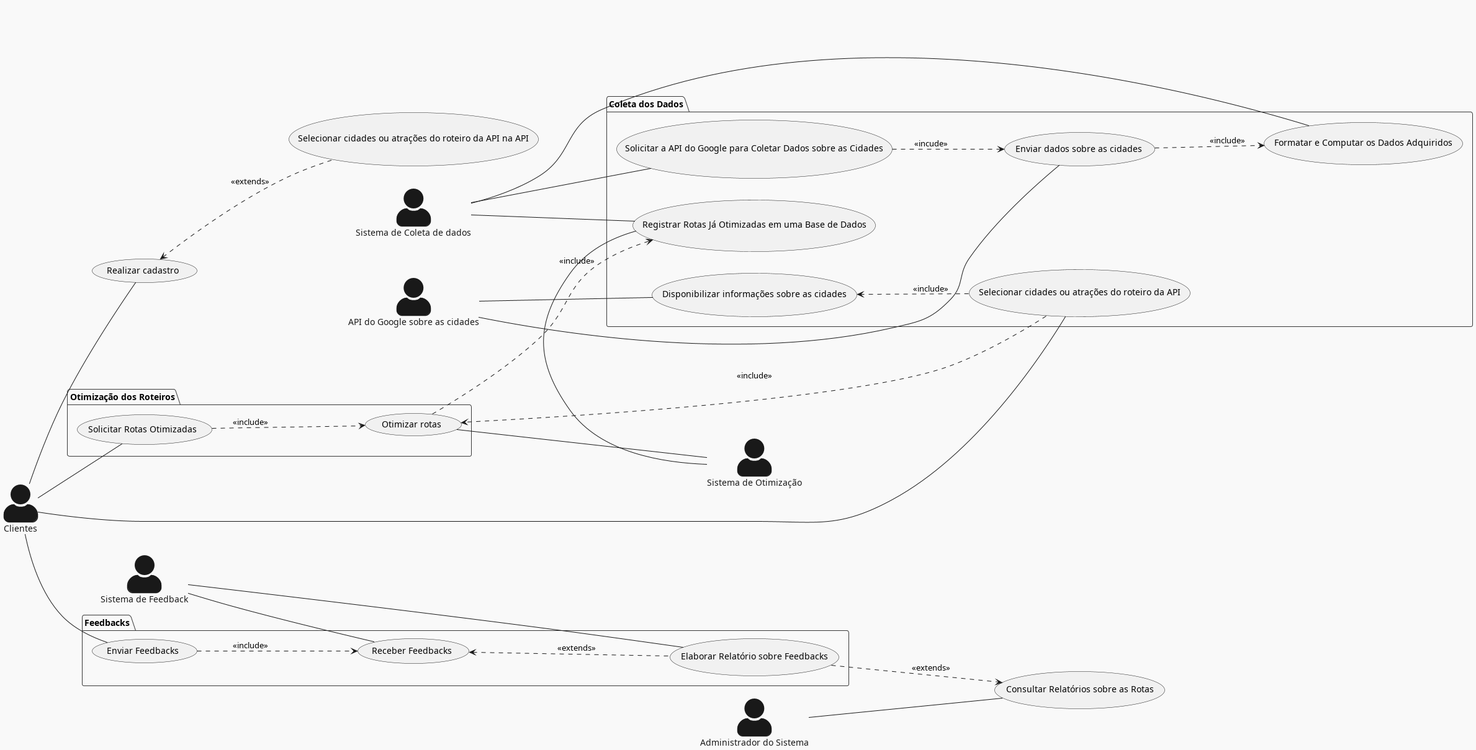
pedrodilallo/site_turismo_SIG keeps this PlantUML diagram as Relatório/Semana-1/Diagramas/DCU.png. Above is the earlier version.
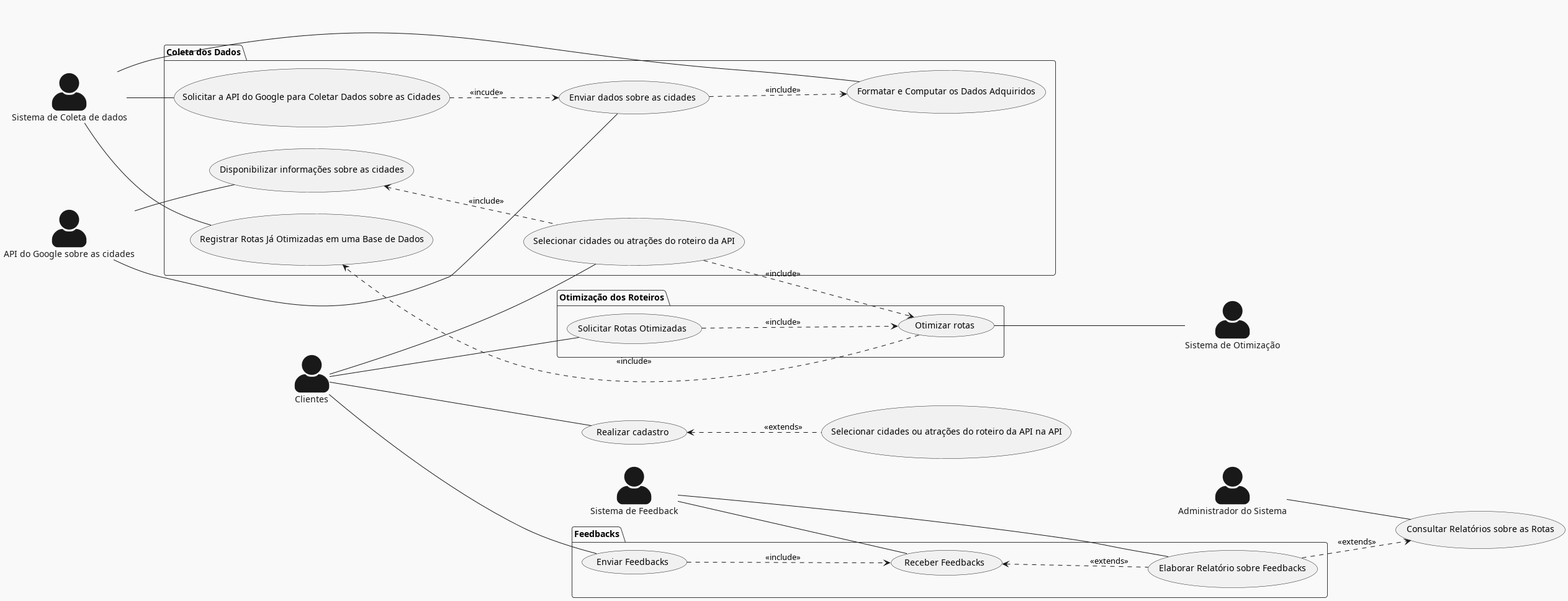
After the change.

Commit message:
Mais correções DCU

Diff of the diagram source:
```diff
@@ -30,7 +30,6 @@
 
 package "Otimização dos Roteiros"{
 cliente -- (Solicitar Rotas Otimizadas)
-otimizador -- (Registrar Rotas Já Otimizadas em uma Base de Dados)
 (Otimizar rotas) -- otimizador
 (Solicitar Rotas Otimizadas) ..> (Otimizar rotas) : <<include>>
 (Selecionar cidades ou atrações do roteiro da API) ..> (Otimizar rotas): <<include>>
```
